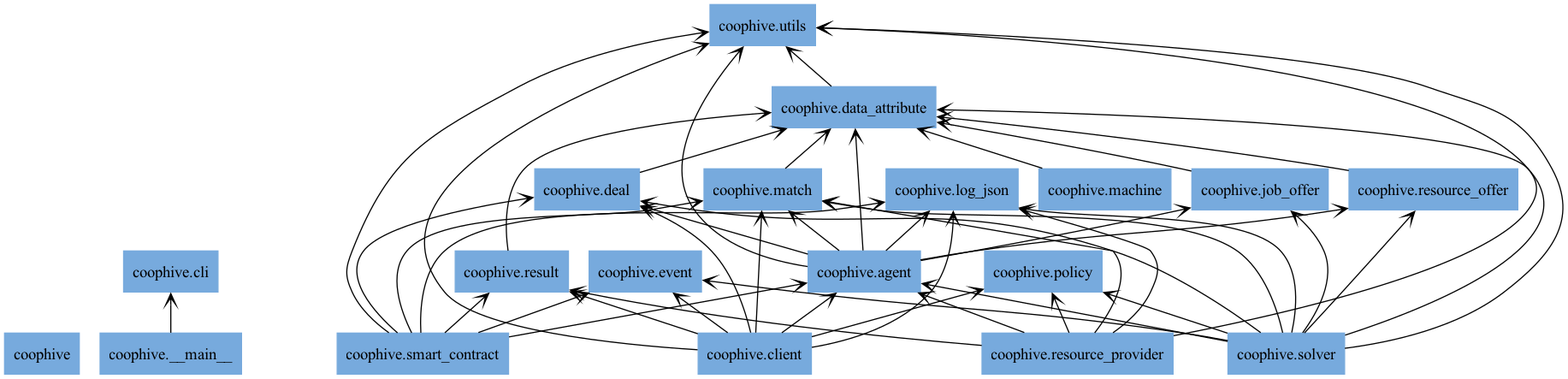
Earlier version of the Graphviz export docs/img/packages_coophive.png (CoopHive/Apiary). Its source is kept beside it as docs/img/packages_coophive.dot.
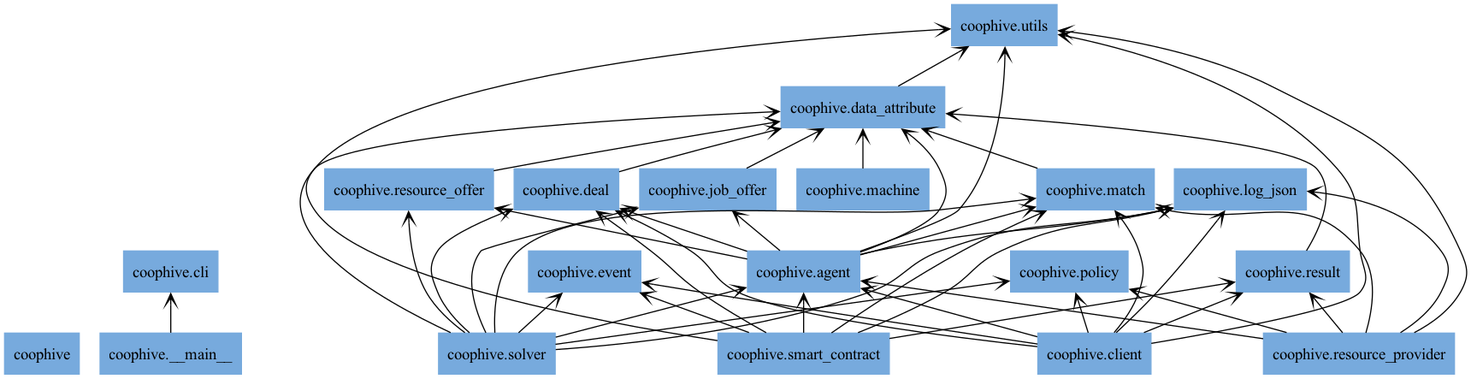
After the change.

Commit message:
chore: utils refacto

Change to the diagram source:
```diff
@@ -65,5 +65,4 @@
 "coophive.solver" -> "coophive.match" [arrowhead="open", arrowtail="none"];
 "coophive.solver" -> "coophive.policy" [arrowhead="open", arrowtail="none"];
 "coophive.solver" -> "coophive.resource_offer" [arrowhead="open", arrowtail="none"];
-"coophive.solver" -> "coophive.utils" [arrowhead="open", arrowtail="none"];
 }
```
